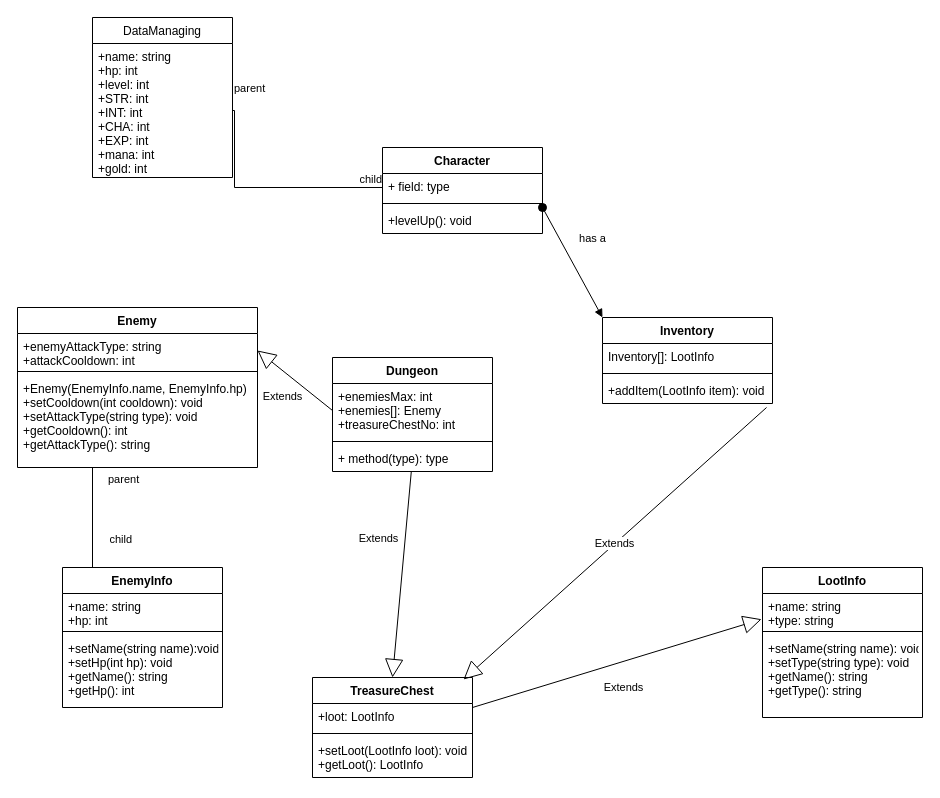
This is Untitled Diagram.drawio from UWStout/Crosshatch-and-Slash-F21, a draw.io file, before an edit. Source tidied: cells renumbered, new cells numbered last; positions are measured from the earlier drawing's top-left corner, leaving out a move shared by most shapes. Both pictures are drawn from the tidied source at 100%, with x=0, y=0 at pixel (17, 17).
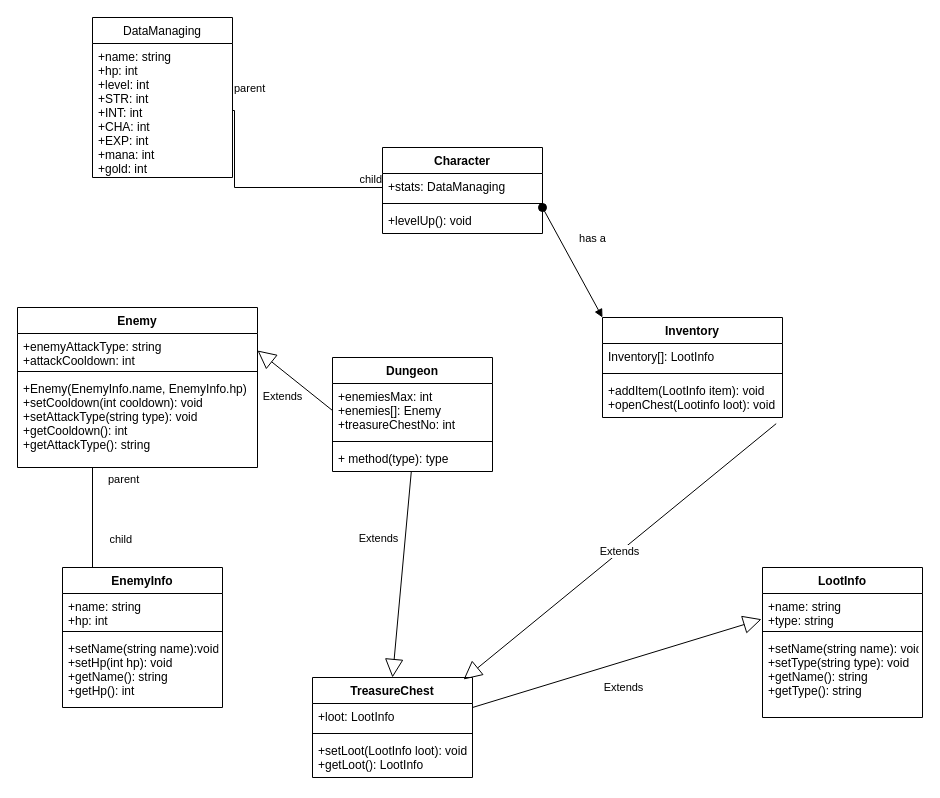
The same diagram, later.

Unchanged cells that the change refers to:
```xml
<mxCell id="22" value="Character" style="swimlane;fontStyle=1;align=center;verticalAlign=top;horizontal=1;startSize=26;" parent="1" vertex="1">
  <mxGeometry x="365" y="130" width="160" height="86" as="geometry" />
</mxCell>
```

What changed in the source:
```diff
@@
-    <mxCell id="23" value="+ field: type" style="text;strokeColor=none;fillColor=none;align=left;verticalAlign=top;spacingLeft=4;spacingRight=4;overflow=hidden;" parent="22" vertex="1">
+    <mxCell id="23" value="+stats: DataManaging" style="text;strokeColor=none;fillColor=none;align=left;verticalAlign=top;spacingLeft=4;spacingRight=4;overflow=hidden;" parent="22" vertex="1">
       <mxGeometry y="26" width="160" height="26" as="geometry" />
     </mxCell>
@@
     <mxCell id="37" value="Inventory" style="swimlane;fontStyle=1;align=center;verticalAlign=top;horizontal=1;startSize=26;" parent="1" vertex="1">
-      <mxGeometry x="585" y="300" width="170" height="86" as="geometry" />
+      <mxGeometry x="585" y="300" width="180" height="100" as="geometry" />
     </mxCell>
     <mxCell id="38" value="Inventory[]: LootInfo" style="text;strokeColor=none;fillColor=none;align=left;verticalAlign=top;spacingLeft=4;spacingRight=4;overflow=hidden;" parent="37" vertex="1">
-      <mxGeometry y="26" width="170" height="26" as="geometry" />
+      <mxGeometry y="26" width="180" height="26" as="geometry" />
     </mxCell>
     <mxCell id="39" style="line;strokeWidth=1;fillColor=none;align=left;verticalAlign=middle;spacingTop=-1;spacingLeft=3;spacingRight=3;labelPosition=right;" parent="37" vertex="1">
-      <mxGeometry y="52" width="170" height="8" as="geometry" />
+      <mxGeometry y="52" width="180" height="8" as="geometry" />
     </mxCell>
-    <mxCell id="40" value="+addItem(LootInfo item): void" style="text;strokeColor=none;fillColor=none;align=left;verticalAlign=top;spacingLeft=4;spacingRight=4;overflow=hidden;points=[[0,0.5],[1,0.5]];portConstraint=eastwest;" parent="37" vertex="1">
-      <mxGeometry y="60" width="170" height="26" as="geometry" />
+    <mxCell id="40" value="+addItem(LootInfo item): void&#10;+openChest(Lootinfo loot): void" style="text;strokeColor=none;fillColor=none;align=left;verticalAlign=top;spacingLeft=4;spacingRight=4;overflow=hidden;points=[[0,0.5],[1,0.5]];portConstraint=eastwest;" parent="37" vertex="1">
+      <mxGeometry y="60" width="180" height="40" as="geometry" />
     </mxCell>
```
